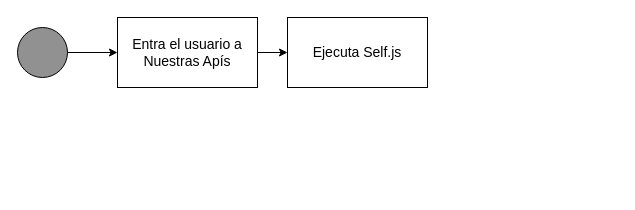
Earlier version of the draw.io diagram FlujoPortalConecta.drawio (WilliamTovar-SB/DocumentacionProyectos). Source tidied: cells renumbered, new cells numbered last; positions are measured from the earlier drawing's top-left corner, leaving out a move shared by most shapes. Both pictures are drawn from the tidied source at 100%, with x=0, y=0 at pixel (17, 17).
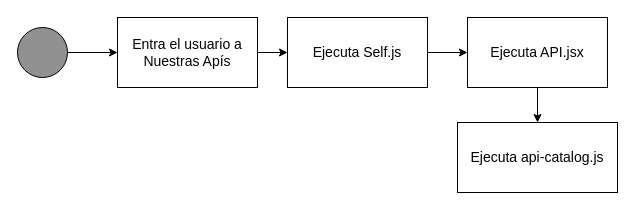
The same page after the edit.

Change to the diagram source:
```diff
@@
 <mxGraphModel>
   <root>
     <mxCell id="0" />
     <mxCell id="1" parent="0" />
     <mxCell id="2" style="edgeStyle=orthogonalEdgeStyle;rounded=0;jettySize=auto;html=1;" parent="1" edge="1" source="3" target="5">
       <mxGeometry relative="1" as="geometry" />
     </mxCell>
     <mxCell id="3" style="ellipse;whiteSpace=wrap;html=1;fillColor=#919191;" parent="1" vertex="1">
       <mxGeometry y="10" width="50" height="50" as="geometry" />
     </mxCell>
     <mxCell id="4" style="edgeStyle=orthogonalEdgeStyle;rounded=0;jettySize=auto;html=1;" parent="1" edge="1" source="5" target="6">
       <mxGeometry relative="1" as="geometry" />
     </mxCell>
     <mxCell id="5" value="&lt;font style=&quot;font-size: 14px;&quot;&gt;Entra el usuario a Nuestras Apís&lt;/font&gt;" style="rounded=0;whiteSpace=wrap;html=1;" parent="1" vertex="1">
       <mxGeometry x="100" width="140" height="70" as="geometry" />
     </mxCell>
+    <mxCell id="7" style="edgeStyle=orthogonalEdgeStyle;rounded=0;jettySize=auto;html=1;" parent="1" edge="1" source="6" target="9">
+      <mxGeometry relative="1" as="geometry" />
+    </mxCell>
     <mxCell id="6" value="&lt;span style=&quot;font-size: 14px;&quot;&gt;Ejecuta Self.js&lt;/span&gt;" style="rounded=0;whiteSpace=wrap;html=1;" parent="1" vertex="1">
       <mxGeometry x="270" width="140" height="70" as="geometry" />
     </mxCell>
+    <mxCell id="8" style="edgeStyle=orthogonalEdgeStyle;rounded=0;jettySize=auto;html=1;" parent="1" edge="1" source="9" target="10">
+      <mxGeometry relative="1" as="geometry" />
+    </mxCell>
+    <mxCell id="9" value="&lt;span style=&quot;font-size: 14px;&quot;&gt;Ejecuta API.jsx&lt;/span&gt;" style="rounded=0;whiteSpace=wrap;html=1;" parent="1" vertex="1">
+      <mxGeometry x="450" width="140" height="70" as="geometry" />
+    </mxCell>
+    <mxCell id="10" value="&lt;span style=&quot;font-size: 14px;&quot;&gt;Ejecuta api-catalog.js&lt;/span&gt;" style="rounded=0;whiteSpace=wrap;html=1;" parent="1" vertex="1">
+      <mxGeometry x="440" y="105" width="160" height="70" as="geometry" />
+    </mxCell>
   </root>
 </mxGraphModel>
```
